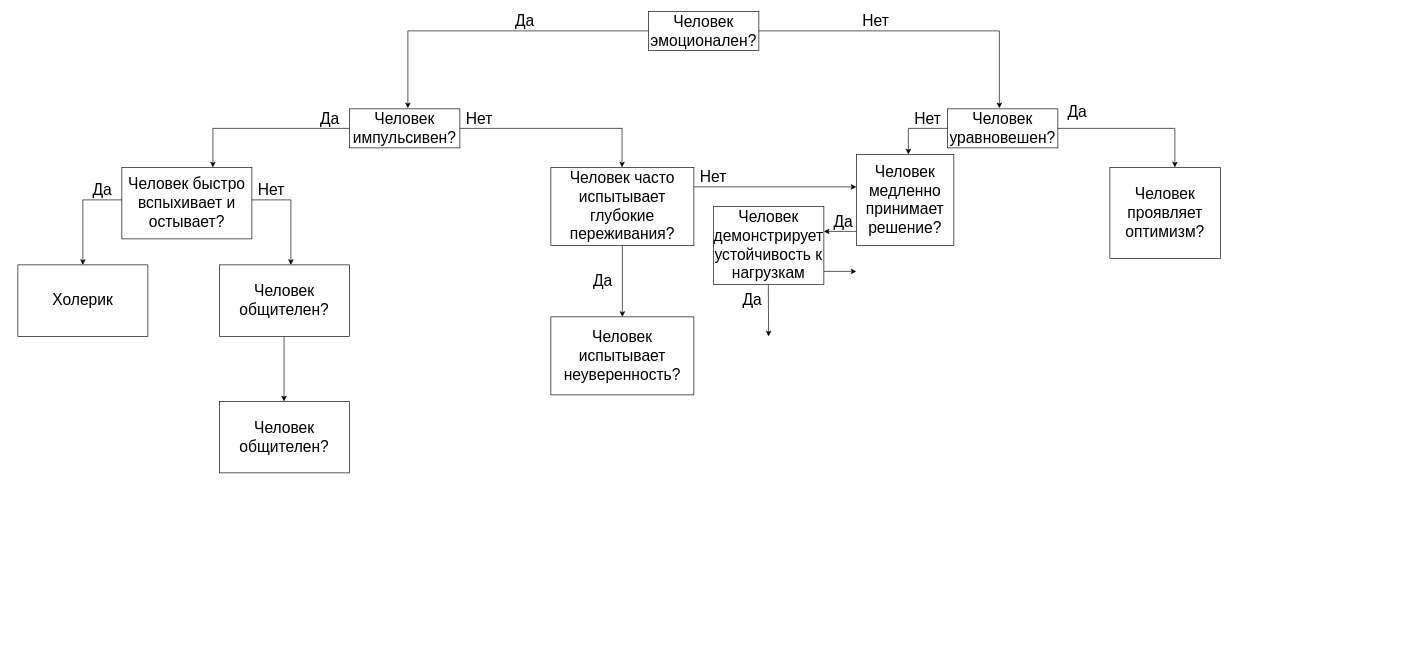
Earlier version of the draw.io diagram If else diagram.drawio (dibovdmitry/Expert-Systems). Source tidied: cells renumbered, new cells numbered last; positions are measured from the earlier drawing's top-left corner, leaving out a move shared by most shapes. Both pictures are drawn from the tidied source at 65%, with x=0, y=0 at pixel (18, 11).
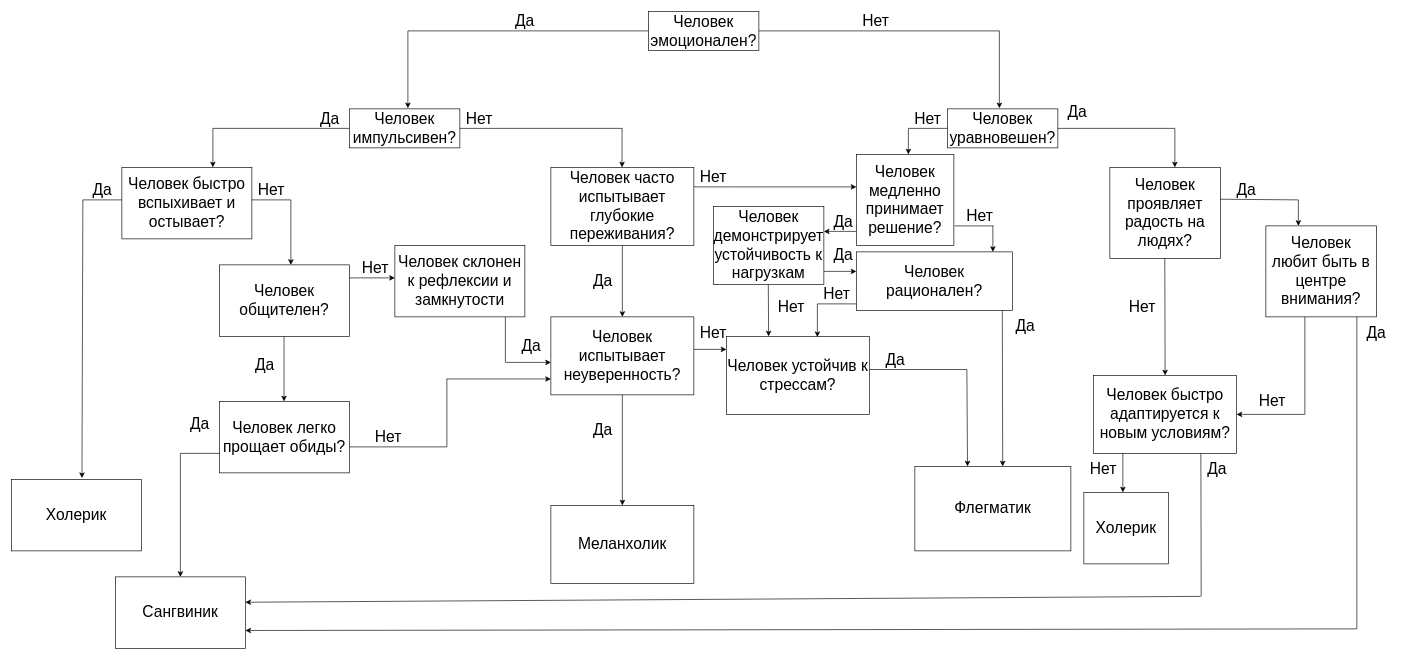
Above is the later version.

What changed in the source:
```diff
@@
-    <mxCell id="11" style="endArrow=classic;html=1;rounded=0;" parent="1" edge="1">
+    <mxCell id="11" style="endArrow=classic;html=1;rounded=0;entryX=0.543;entryY=-0.018;entryDx=0;entryDy=0;entryPerimeter=0;" parent="1" edge="1" target="36">
       <mxGeometry relative="1" as="geometry">
         <mxPoint x="100" y="290" as="sourcePoint" />
-        <mxPoint x="100" y="390" as="targetPoint" />
       </mxGeometry>
     </mxCell>
@@
     <mxCell id="36" value="Холерик" style="rounded=0;whiteSpace=wrap;html=1;fontSize=24;" parent="1" vertex="1">
-      <mxGeometry y="390" width="200" height="110" as="geometry" />
+      <mxGeometry x="-10" y="720" width="200" height="110" as="geometry" />
     </mxCell>
@@
-    <mxCell id="39" value="Человек проявляет оптимизм?" style="rounded=0;whiteSpace=wrap;html=1;fontSize=24;" parent="1" vertex="1">
+    <mxCell id="39" value="Человек проявляет радость на людях?" style="rounded=0;whiteSpace=wrap;html=1;fontSize=24;" parent="1" vertex="1">
       <mxGeometry x="1680" y="240" width="170" height="140" as="geometry" />
     </mxCell>
@@
-    <mxCell id="41" value="Человек общителен?" style="rounded=0;whiteSpace=wrap;html=1;fontSize=24;" parent="1" vertex="1">
+    <mxCell id="41" value="Человек легко прощает обиды?" style="rounded=0;whiteSpace=wrap;html=1;fontSize=24;" parent="1" vertex="1">
       <mxGeometry x="310" y="600" width="200" height="110" as="geometry" />
     </mxCell>
@@
     <mxCell id="47" value="Да" style="text;html=1;align=center;verticalAlign=middle;whiteSpace=wrap;rounded=0;fontSize=24;" parent="1" vertex="1">
-      <mxGeometry x="1100" y="430" width="60" height="30" as="geometry" />
+      <mxGeometry x="1240" y="360" width="60" height="30" as="geometry" />
     </mxCell>
@@
+    <mxCell id="49" style="endArrow=classic;html=1;rounded=0;entryX=0.5;entryY=0;entryDx=0;entryDy=0;exitX=0.5;exitY=1;exitDx=0;exitDy=0;" parent="1" edge="1" target="51">
+      <mxGeometry relative="1" as="geometry">
+        <mxPoint x="930" y="590" as="sourcePoint" />
+      </mxGeometry>
+    </mxCell>
+    <mxCell id="50" value="Да" style="text;html=1;align=center;verticalAlign=middle;whiteSpace=wrap;rounded=0;fontSize=24;" parent="1" vertex="1">
+      <mxGeometry x="870" y="630" width="60" height="30" as="geometry" />
+    </mxCell>
+    <mxCell id="51" value="Меланхолик" style="rounded=0;whiteSpace=wrap;html=1;fontSize=24;" parent="1" vertex="1">
+      <mxGeometry x="820" y="760" width="220" height="120" as="geometry" />
+    </mxCell>
+    <mxCell id="52" value="Да" style="text;html=1;align=center;verticalAlign=middle;whiteSpace=wrap;rounded=0;fontSize=24;" parent="1" vertex="1">
+      <mxGeometry x="350" y="530" width="60" height="30" as="geometry" />
+    </mxCell>
+    <mxCell id="53" style="endArrow=classic;html=1;rounded=0;" parent="1" edge="1">
+      <mxGeometry relative="1" as="geometry">
+        <mxPoint x="510" y="410" as="sourcePoint" />
+        <mxPoint x="580" y="410" as="targetPoint" />
+      </mxGeometry>
+    </mxCell>
+    <mxCell id="54" value="Человек склонен к рефлексии и замкнутости" style="rounded=0;whiteSpace=wrap;html=1;fontSize=24;" parent="1" vertex="1">
+      <mxGeometry x="580" y="360" width="200" height="110" as="geometry" />
+    </mxCell>
+    <mxCell id="55" style="endArrow=none;html=1;rounded=0;" parent="1" edge="1">
+      <mxGeometry relative="1" as="geometry">
+        <mxPoint x="750" y="540" as="sourcePoint" />
+        <mxPoint x="750" y="470" as="targetPoint" />
+      </mxGeometry>
+    </mxCell>
+    <mxCell id="56" style="endArrow=classic;html=1;rounded=0;" parent="1" edge="1">
+      <mxGeometry relative="1" as="geometry">
+        <mxPoint x="750" y="540" as="sourcePoint" />
+        <mxPoint x="820" y="540" as="targetPoint" />
+      </mxGeometry>
+    </mxCell>
+    <mxCell id="57" value="Да" style="text;html=1;align=center;verticalAlign=middle;whiteSpace=wrap;rounded=0;fontSize=24;" parent="1" vertex="1">
+      <mxGeometry x="760" y="500" width="60" height="30" as="geometry" />
+    </mxCell>
+    <mxCell id="58" value="Нет" style="text;html=1;align=center;verticalAlign=middle;whiteSpace=wrap;rounded=0;fontSize=24;" parent="1" vertex="1">
+      <mxGeometry x="520" y="380" width="60" height="30" as="geometry" />
+    </mxCell>
+    <mxCell id="59" value="Нет" style="text;html=1;align=center;verticalAlign=middle;whiteSpace=wrap;rounded=0;fontSize=24;" parent="1" vertex="1">
+      <mxGeometry x="1040" y="480" width="60" height="30" as="geometry" />
+    </mxCell>
+    <mxCell id="60" style="endArrow=classic;html=1;rounded=0;" parent="1" edge="1">
+      <mxGeometry relative="1" as="geometry">
+        <mxPoint x="1040" y="520" as="sourcePoint" />
+        <mxPoint x="1090" y="520" as="targetPoint" />
+      </mxGeometry>
+    </mxCell>
+    <mxCell id="61" value="Человек устойчив к стрессам?" style="rounded=0;whiteSpace=wrap;html=1;fontSize=24;" parent="1" vertex="1">
+      <mxGeometry x="1090" y="500" width="220" height="120" as="geometry" />
+    </mxCell>
+    <mxCell id="62" value="Нет" style="text;html=1;align=center;verticalAlign=middle;whiteSpace=wrap;rounded=0;fontSize=24;" parent="1" vertex="1">
+      <mxGeometry x="1160" y="440" width="60" height="30" as="geometry" />
+    </mxCell>
+    <mxCell id="63" value="Человек рационален?" style="rounded=0;whiteSpace=wrap;html=1;fontSize=24;" parent="1" vertex="1">
+      <mxGeometry x="1290" y="370" width="240" height="90" as="geometry" />
+    </mxCell>
+    <mxCell id="64" style="endArrow=none;html=1;rounded=0;" parent="1" edge="1">
+      <mxGeometry relative="1" as="geometry">
+        <mxPoint x="1441" y="330" as="sourcePoint" />
+        <mxPoint x="1501" y="330" as="targetPoint" />
+      </mxGeometry>
+    </mxCell>
+    <mxCell id="65" style="endArrow=classic;html=1;rounded=0;" parent="1" edge="1">
+      <mxGeometry relative="1" as="geometry">
+        <mxPoint x="1500" y="330" as="sourcePoint" />
+        <mxPoint x="1500" y="370" as="targetPoint" />
+      </mxGeometry>
+    </mxCell>
+    <mxCell id="66" value="Нет" style="text;html=1;align=center;verticalAlign=middle;whiteSpace=wrap;rounded=0;fontSize=24;" parent="1" vertex="1">
+      <mxGeometry x="1450" y="300" width="60" height="30" as="geometry" />
+    </mxCell>
+    <mxCell id="67" style="endArrow=none;html=1;rounded=0;" parent="1" edge="1">
+      <mxGeometry relative="1" as="geometry">
+        <mxPoint x="1230" y="450" as="sourcePoint" />
+        <mxPoint x="1290" y="450" as="targetPoint" />
+      </mxGeometry>
+    </mxCell>
+    <mxCell id="68" style="endArrow=classic;html=1;rounded=0;exitX=0;exitY=1;exitDx=0;exitDy=0;" parent="1" edge="1" source="69">
+      <mxGeometry relative="1" as="geometry">
+        <mxPoint x="1230" y="501" as="targetPoint" />
+      </mxGeometry>
+    </mxCell>
+    <mxCell id="69" value="Нет" style="text;html=1;align=center;verticalAlign=middle;whiteSpace=wrap;rounded=0;fontSize=24;" parent="1" vertex="1">
+      <mxGeometry x="1230" y="420" width="60" height="30" as="geometry" />
+    </mxCell>
+    <mxCell id="70" style="endArrow=classic;html=1;rounded=0;entryX=0.563;entryY=0;entryDx=0;entryDy=0;entryPerimeter=0;" parent="1" edge="1" target="71">
+      <mxGeometry relative="1" as="geometry">
+        <mxPoint x="1514.5" y="460" as="sourcePoint" />
+      </mxGeometry>
+    </mxCell>
+    <mxCell id="71" value="Флегматик" style="rounded=0;whiteSpace=wrap;html=1;fontSize=24;" parent="1" vertex="1">
+      <mxGeometry x="1380" y="700" width="240" height="130" as="geometry" />
+    </mxCell>
+    <mxCell id="72" value="Да" style="text;html=1;align=center;verticalAlign=middle;whiteSpace=wrap;rounded=0;fontSize=24;" parent="1" vertex="1">
+      <mxGeometry x="1520" y="470" width="60" height="30" as="geometry" />
+    </mxCell>
+    <mxCell id="73" style="endArrow=classic;html=1;rounded=0;" parent="1" edge="1">
+      <mxGeometry relative="1" as="geometry">
+        <mxPoint x="1764.5" y="380" as="sourcePoint" />
+        <mxPoint x="1765" y="560" as="targetPoint" />
+      </mxGeometry>
+    </mxCell>
+    <mxCell id="74" value="Человек любит быть в центре внимания?" style="rounded=0;whiteSpace=wrap;html=1;fontSize=24;" parent="1" vertex="1">
+      <mxGeometry x="1920" y="330" width="170" height="140" as="geometry" />
+    </mxCell>
+    <mxCell id="75" value="Да" style="text;html=1;align=center;verticalAlign=middle;whiteSpace=wrap;rounded=0;fontSize=24;" parent="1" vertex="1">
+      <mxGeometry x="1860" y="260" width="60" height="30" as="geometry" />
+    </mxCell>
+    <mxCell id="76" style="endArrow=none;html=1;rounded=0;" parent="1" edge="1">
+      <mxGeometry relative="1" as="geometry">
+        <mxPoint x="1850" y="289" as="sourcePoint" />
+        <mxPoint x="1970" y="290" as="targetPoint" />
+      </mxGeometry>
+    </mxCell>
+    <mxCell id="77" style="endArrow=classic;html=1;rounded=0;" parent="1" edge="1">
+      <mxGeometry relative="1" as="geometry">
+        <mxPoint x="1970" y="290" as="sourcePoint" />
+        <mxPoint x="1970" y="330" as="targetPoint" />
+      </mxGeometry>
+    </mxCell>
+    <mxCell id="78" value="Нет" style="text;html=1;align=center;verticalAlign=middle;whiteSpace=wrap;rounded=0;fontSize=24;" parent="1" vertex="1">
+      <mxGeometry x="1700" y="440" width="60" height="30" as="geometry" />
+    </mxCell>
+    <mxCell id="79" value="Человек быстро адаптируется к новым условиям?" style="rounded=0;whiteSpace=wrap;html=1;fontSize=24;" parent="1" vertex="1">
+      <mxGeometry x="1655" y="560" width="220" height="120" as="geometry" />
+    </mxCell>
+    <mxCell id="80" style="endArrow=none;html=1;rounded=0;" parent="1" edge="1">
+      <mxGeometry relative="1" as="geometry">
+        <mxPoint x="250" y="680" as="sourcePoint" />
+        <mxPoint x="310" y="680" as="targetPoint" />
+      </mxGeometry>
+    </mxCell>
+    <mxCell id="81" style="endArrow=classic;html=1;rounded=0;entryX=0.5;entryY=0;entryDx=0;entryDy=0;" parent="1" edge="1" target="91">
+      <mxGeometry relative="1" as="geometry">
+        <mxPoint x="250" y="680" as="sourcePoint" />
+      </mxGeometry>
+    </mxCell>
+    <mxCell id="82" value="Да" style="text;html=1;align=center;verticalAlign=middle;whiteSpace=wrap;rounded=0;fontSize=24;" parent="1" vertex="1">
+      <mxGeometry x="250" y="620" width="60" height="30" as="geometry" />
+    </mxCell>
+    <mxCell id="83" style="endArrow=none;html=1;rounded=0;" parent="1" edge="1">
+      <mxGeometry relative="1" as="geometry">
+        <mxPoint x="510" y="670" as="sourcePoint" />
+        <mxPoint x="660" y="670" as="targetPoint" />
+      </mxGeometry>
+    </mxCell>
+    <mxCell id="84" style="endArrow=none;html=1;rounded=0;" parent="1" edge="1">
+      <mxGeometry relative="1" as="geometry">
+        <mxPoint x="660" y="565" as="sourcePoint" />
+        <mxPoint x="660" y="670" as="targetPoint" />
+      </mxGeometry>
+    </mxCell>
+    <mxCell id="85" style="endArrow=classic;html=1;rounded=0;" parent="1" edge="1">
+      <mxGeometry relative="1" as="geometry">
+        <mxPoint x="660" y="565.5" as="sourcePoint" />
+        <mxPoint x="820" y="565.5" as="targetPoint" />
+      </mxGeometry>
+    </mxCell>
+    <mxCell id="86" value="Нет" style="text;html=1;align=center;verticalAlign=middle;whiteSpace=wrap;rounded=0;fontSize=24;" parent="1" vertex="1">
+      <mxGeometry x="540" y="640" width="60" height="30" as="geometry" />
+    </mxCell>
+    <mxCell id="87" value="Да" style="text;html=1;align=center;verticalAlign=middle;whiteSpace=wrap;rounded=0;fontSize=24;" parent="1" vertex="1">
+      <mxGeometry x="1320" y="521" width="60" height="30" as="geometry" />
+    </mxCell>
+    <mxCell id="88" style="endArrow=none;html=1;rounded=0;" parent="1" edge="1">
+      <mxGeometry relative="1" as="geometry">
+        <mxPoint x="1310" y="551" as="sourcePoint" />
+        <mxPoint x="1460" y="551" as="targetPoint" />
+      </mxGeometry>
+    </mxCell>
+    <mxCell id="89" style="endArrow=classic;html=1;rounded=0;" parent="1" edge="1">
+      <mxGeometry relative="1" as="geometry">
+        <mxPoint x="1460" y="551" as="sourcePoint" />
+        <mxPoint x="1461" y="700" as="targetPoint" />
+      </mxGeometry>
+    </mxCell>
+    <mxCell id="90" style="endArrow=none;html=1;rounded=0;" parent="1" edge="1">
+      <mxGeometry relative="1" as="geometry">
+        <mxPoint x="2060" y="950" as="sourcePoint" />
+        <mxPoint x="2060" y="470" as="targetPoint" />
+      </mxGeometry>
+    </mxCell>
+    <mxCell id="91" value="Сангвиник" style="rounded=0;whiteSpace=wrap;html=1;fontSize=24;" parent="1" vertex="1">
+      <mxGeometry x="150" y="870" width="200" height="110" as="geometry" />
+    </mxCell>
+    <mxCell id="92" style="endArrow=classic;html=1;rounded=0;entryX=1;entryY=0.75;entryDx=0;entryDy=0;" parent="1" edge="1" target="91">
+      <mxGeometry relative="1" as="geometry">
+        <mxPoint x="2060" y="950" as="sourcePoint" />
+      </mxGeometry>
+    </mxCell>
+    <mxCell id="93" value="Да" style="text;html=1;align=center;verticalAlign=middle;whiteSpace=wrap;rounded=0;fontSize=24;" parent="1" vertex="1">
+      <mxGeometry x="2060" y="480" width="60" height="30" as="geometry" />
+    </mxCell>
+    <mxCell id="94" style="endArrow=none;html=1;rounded=0;" parent="1" edge="1">
+      <mxGeometry relative="1" as="geometry">
+        <mxPoint x="1820" y="680" as="sourcePoint" />
+        <mxPoint x="1820.5" y="900" as="targetPoint" />
+      </mxGeometry>
+    </mxCell>
+    <mxCell id="95" style="endArrow=classic;html=1;rounded=0;" parent="1" edge="1">
+      <mxGeometry relative="1" as="geometry">
+        <mxPoint x="1820" y="900" as="sourcePoint" />
+        <mxPoint x="350" y="909" as="targetPoint" />
+      </mxGeometry>
+    </mxCell>
+    <mxCell id="96" value="Да" style="text;html=1;align=center;verticalAlign=middle;whiteSpace=wrap;rounded=0;fontSize=24;" parent="1" vertex="1">
+      <mxGeometry x="1815" y="690" width="60" height="30" as="geometry" />
+    </mxCell>
+    <mxCell id="97" style="endArrow=none;html=1;rounded=0;" parent="1" edge="1">
+      <mxGeometry relative="1" as="geometry">
+        <mxPoint x="1980" y="470" as="sourcePoint" />
+        <mxPoint x="1980" y="620" as="targetPoint" />
+      </mxGeometry>
+    </mxCell>
+    <mxCell id="98" style="endArrow=classic;html=1;rounded=0;entryX=1;entryY=0.5;entryDx=0;entryDy=0;" parent="1" edge="1" target="79">
+      <mxGeometry relative="1" as="geometry">
+        <mxPoint x="1980" y="620" as="sourcePoint" />
+      </mxGeometry>
+    </mxCell>
+    <mxCell id="99" value="Нет" style="text;html=1;align=center;verticalAlign=middle;whiteSpace=wrap;rounded=0;fontSize=24;" parent="1" vertex="1">
+      <mxGeometry x="1900" y="585" width="60" height="30" as="geometry" />
+    </mxCell>
+    <mxCell id="100" style="endArrow=classic;html=1;rounded=0;" parent="1" edge="1">
+      <mxGeometry relative="1" as="geometry">
+        <mxPoint x="1700" y="680" as="sourcePoint" />
+        <mxPoint x="1700" y="740" as="targetPoint" />
+      </mxGeometry>
+    </mxCell>
+    <mxCell id="101" value="Нет" style="text;html=1;align=center;verticalAlign=middle;whiteSpace=wrap;rounded=0;fontSize=24;" parent="1" vertex="1">
+      <mxGeometry x="1640" y="690" width="60" height="30" as="geometry" />
+    </mxCell>
+    <mxCell id="102" value="Холерик" style="rounded=0;whiteSpace=wrap;html=1;fontSize=24;" parent="1" vertex="1">
+      <mxGeometry x="1640" y="740" width="130" height="110" as="geometry" />
+    </mxCell>
```
